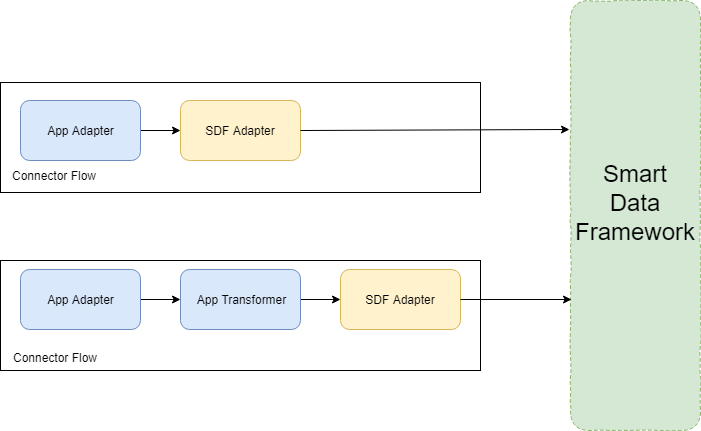
Earlier version of the draw.io export assets/sdfAdapter.png (openintegrationhub/sdf-adapter). Source tidied: cells renumbered, new cells last; positions are measured from the earlier drawing's top-left corner, leaving out a move shared by most shapes.
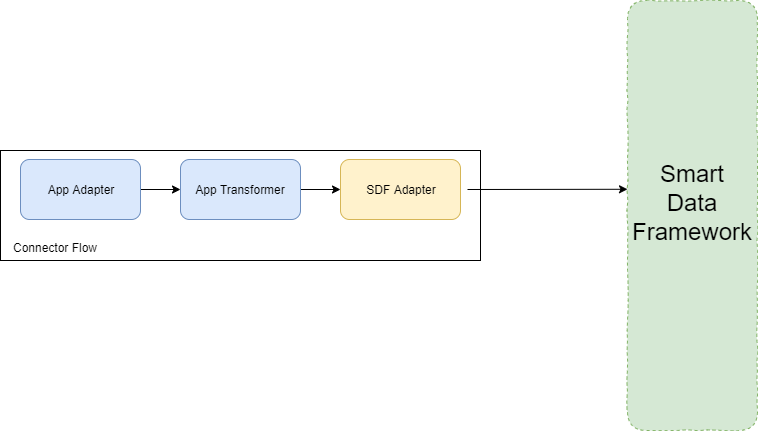
After the change.

Diff of the diagram source:
```diff
@@ -2,18 +2,9 @@
   <root>
     <mxCell id="0" />
     <mxCell id="1" parent="0" />
-    <mxCell id="2" style="rounded=0;whiteSpace=wrap;html=1;" parent="1" vertex="1">
-      <mxGeometry y="82" width="480" height="110" as="geometry" />
-    </mxCell>
     <mxCell id="3" style="rounded=0;whiteSpace=wrap;html=1;" parent="1" vertex="1">
       <mxGeometry y="260" width="480" height="110" as="geometry" />
     </mxCell>
-    <mxCell id="4" style="edgeStyle=orthogonalEdgeStyle;rounded=0;jettySize=auto;html=1;" parent="1" edge="1" source="5" target="10">
-      <mxGeometry relative="1" as="geometry" />
-    </mxCell>
-    <mxCell id="5" value="App Adapter" style="rounded=1;whiteSpace=wrap;html=1;fillColor=#dae8fc;strokeColor=#6c8ebf;" parent="1" vertex="1">
-      <mxGeometry x="20" y="100" width="120" height="60" as="geometry" />
-    </mxCell>
     <mxCell id="6" style="edgeStyle=orthogonalEdgeStyle;rounded=0;jettySize=auto;html=1;" parent="1" edge="1" source="7" target="9">
       <mxGeometry relative="1" as="geometry" />
     </mxCell>
@@ -26,26 +17,19 @@
     <mxCell id="9" value="App Transformer" style="rounded=1;whiteSpace=wrap;html=1;fillColor=#dae8fc;strokeColor=#6c8ebf;" parent="1" vertex="1">
       <mxGeometry x="180" y="269" width="120" height="60" as="geometry" />
     </mxCell>
-    <mxCell id="10" value="SDF Adapter" style="rounded=1;whiteSpace=wrap;html=1;fillColor=#fff2cc;strokeColor=#d6b656;" parent="1" vertex="1">
-      <mxGeometry x="180" y="100" width="120" height="60" as="geometry" />
-    </mxCell>
     <mxCell id="11" value="SDF Adapter" style="rounded=1;whiteSpace=wrap;html=1;fillColor=#fff2cc;strokeColor=#d6b656;" parent="1" vertex="1">
       <mxGeometry x="340" y="269" width="120" height="60" as="geometry" />
     </mxCell>
-    <mxCell id="12" value="Connector Flow" style="text;strokeColor=none;fillColor=none;align=center;verticalAlign=middle;rounded=0;" parent="1" vertex="1">
-      <mxGeometry x="9" y="166" width="90" height="20" as="geometry" />
-    </mxCell>
     <mxCell id="13" value="Connector Flow" style="text;strokeColor=none;fillColor=none;align=center;verticalAlign=middle;rounded=0;" parent="1" vertex="1">
       <mxGeometry x="10" y="348" width="90" height="20" as="geometry" />
     </mxCell>
     <mxCell id="14" value="Smart&#10;Data&#10;Framework&#10;" style="rounded=1;comic=1;dashed=1;fillColor=#d5e8d4;strokeColor=#82b366;fontSize=24;" parent="1" vertex="1">
-      <mxGeometry x="570" width="130" height="430" as="geometry" />
+      <mxGeometry x="627" y="110" width="130" height="430" as="geometry" />
     </mxCell>
-    <mxCell id="15" style="endArrow=classic;html=1;exitX=1;exitY=0.5;exitDx=0;exitDy=0;entryX=-0.009;entryY=0.3;entryDx=0;entryDy=0;entryPerimeter=0;" parent="1" edge="1" source="10" target="14">
-      <mxGeometry relative="1" as="geometry" />
-    </mxCell>
-    <mxCell id="16" style="endArrow=classic;html=1;exitX=1;exitY=0.5;exitDx=0;exitDy=0;entryX=0.007;entryY=0.695;entryDx=0;entryDy=0;entryPerimeter=0;" parent="1" edge="1" source="11" target="14">
-      <mxGeometry relative="1" as="geometry" />
+    <mxCell id="16" style="endArrow=classic;html=1;entryX=0;entryY=0.439;entryDx=0;entryDy=0;entryPerimeter=0;" parent="1" edge="1" target="14">
+      <mxGeometry relative="1" as="geometry">
+        <mxPoint x="467" y="299" as="sourcePoint" />
+      </mxGeometry>
     </mxCell>
   </root>
 </mxGraphModel>
```
